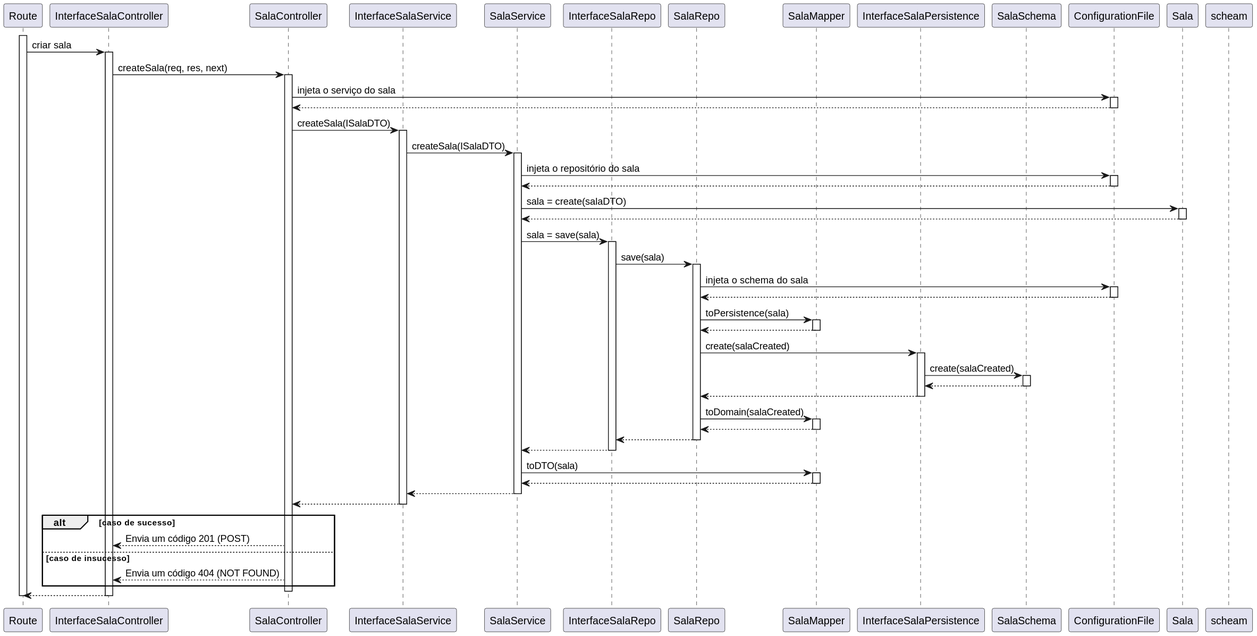
Earlier version of the PlantUML export docs/use_cases/UC310/vp310.svg (SlimJesus25/SEM5_PI).
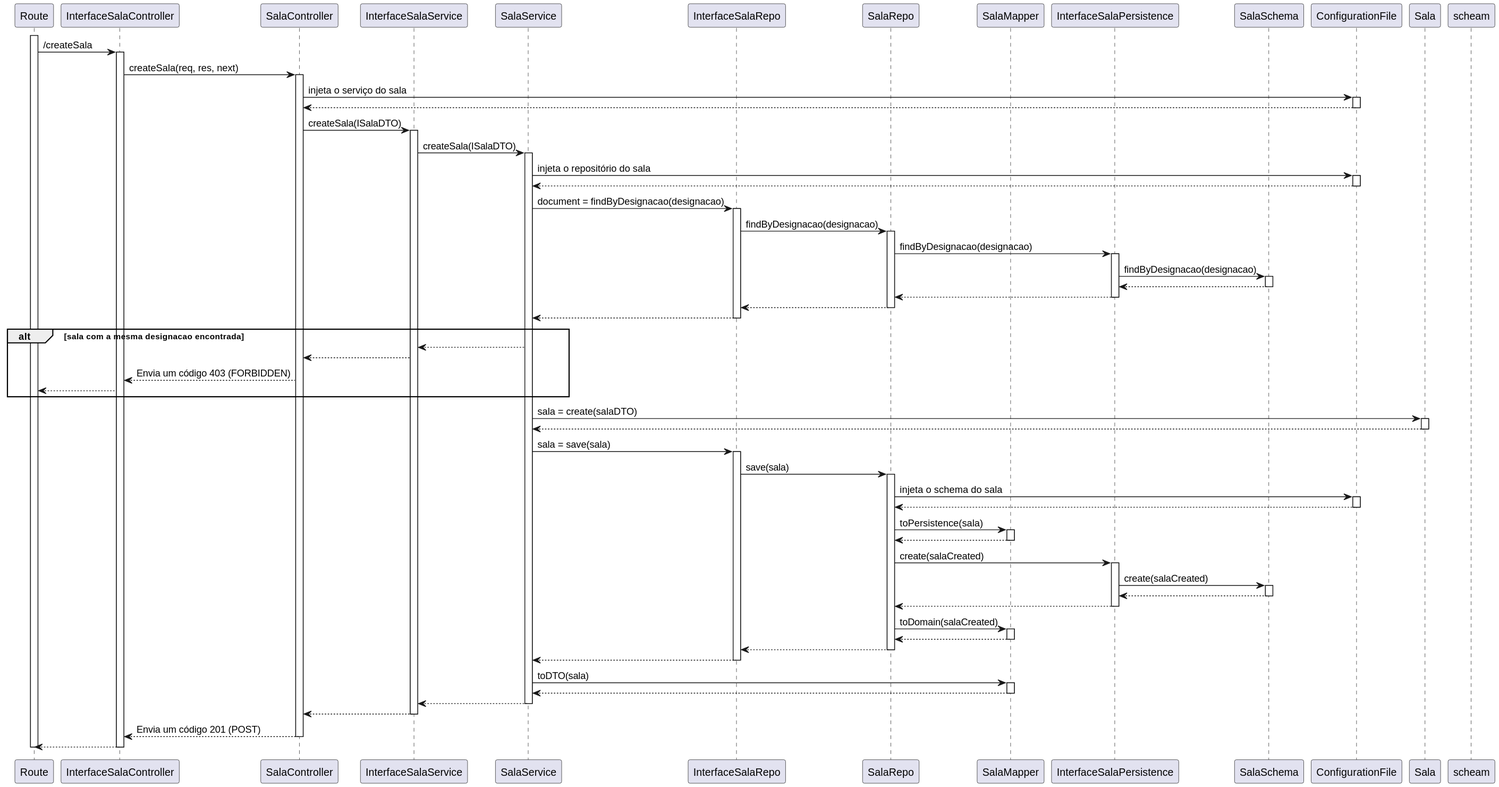
The same diagram one commit later.

Commit message:
Atualizado o diagrama vista de processos nível 3. Criar sala de piso de edifício #16

What changed in the source:
```diff
@@ -14,7 +14,7 @@
 participant Sala as model
 
 activate route
-route -> ictrl : criar sala
+route -> ictrl : /createSala
 activate ictrl
 ictrl -> ctrl : createSala(req, res, next)
 activate ctrl
@@ -30,6 +30,28 @@
 activate conf
 conf --> svc
 deactivate conf
+svc -> irepo : document = findByDesignacao(designacao)
+activate irepo
+irepo -> repo : findByDesignacao(designacao)
+activate repo
+repo -> ischema : findByDesignacao(designacao)
+activate ischema
+ischema -> schema : findByDesignacao(designacao)
+activate schema
+schema --> ischema
+deactivate schema
+ischema --> repo
+deactivate ischema
+repo --> irepo
+deactivate repo
+irepo --> svc
+deactivate irepo
+alt sala com a mesma designacao encontrada
+    svc --> isvc
+    isvc --> ctrl
+    ctrl --> ictrl : Envia um código 403 (FORBIDDEN)
+    ictrl --> route
+end
 svc -> model : sala = create(salaDTO)
 activate model
 model --> svc
@@ -71,11 +93,8 @@
 deactivate svc
 isvc --> ctrl
 deactivate isvc
-alt caso de sucesso
-    ctrl --> ictrl : Envia um código 201 (POST)
-else caso de insucesso
-    ctrl --> ictrl : Envia um código 404 (NOT FOUND)
-end
+ctrl --> ictrl : Envia um código 201 (POST)
+
 deactivate ctrl
 ictrl --> route
 deactivate ictrl
```
